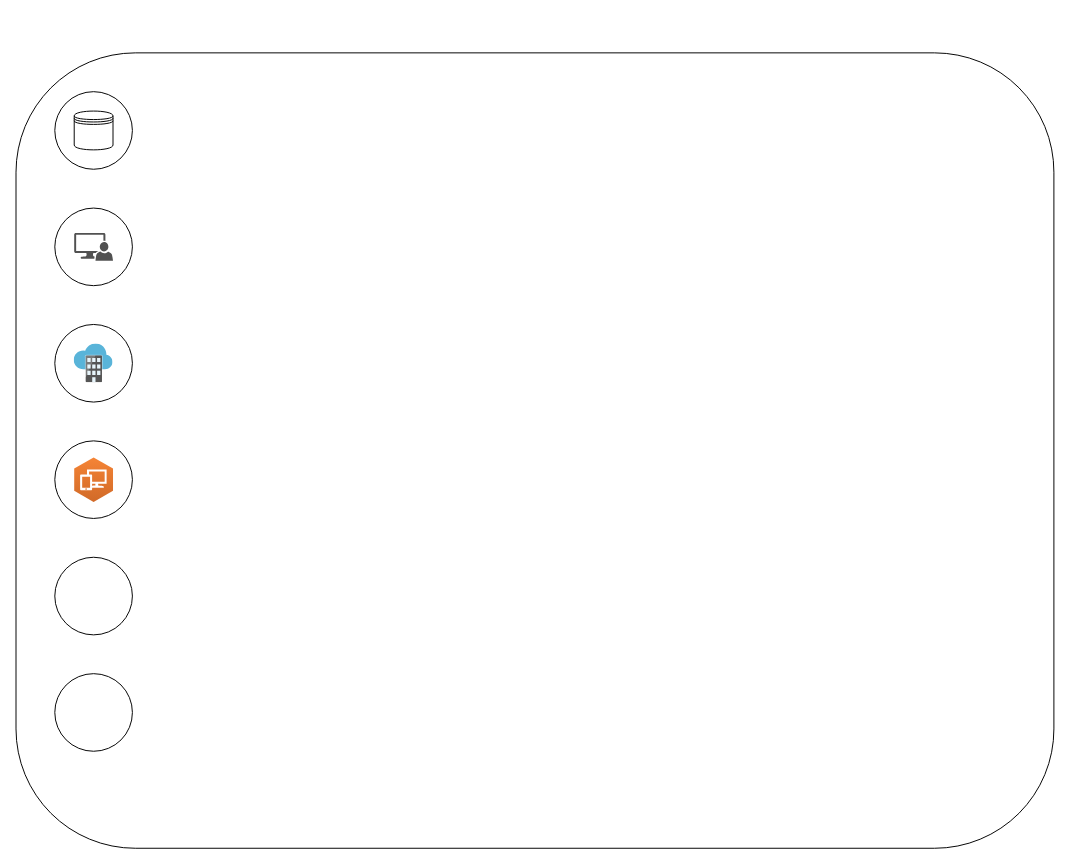
Above: Testing.drawio in girishgodage/Draw_IO_Diagrams (draw.io), before the change. Source tidied: cells renumbered, new cells numbered last; positions are measured from the earlier drawing's top-left corner, leaving out a move shared by most shapes. Both pictures are drawn from the tidied source at 97%, with x=0, y=0 at pixel (16, 52).
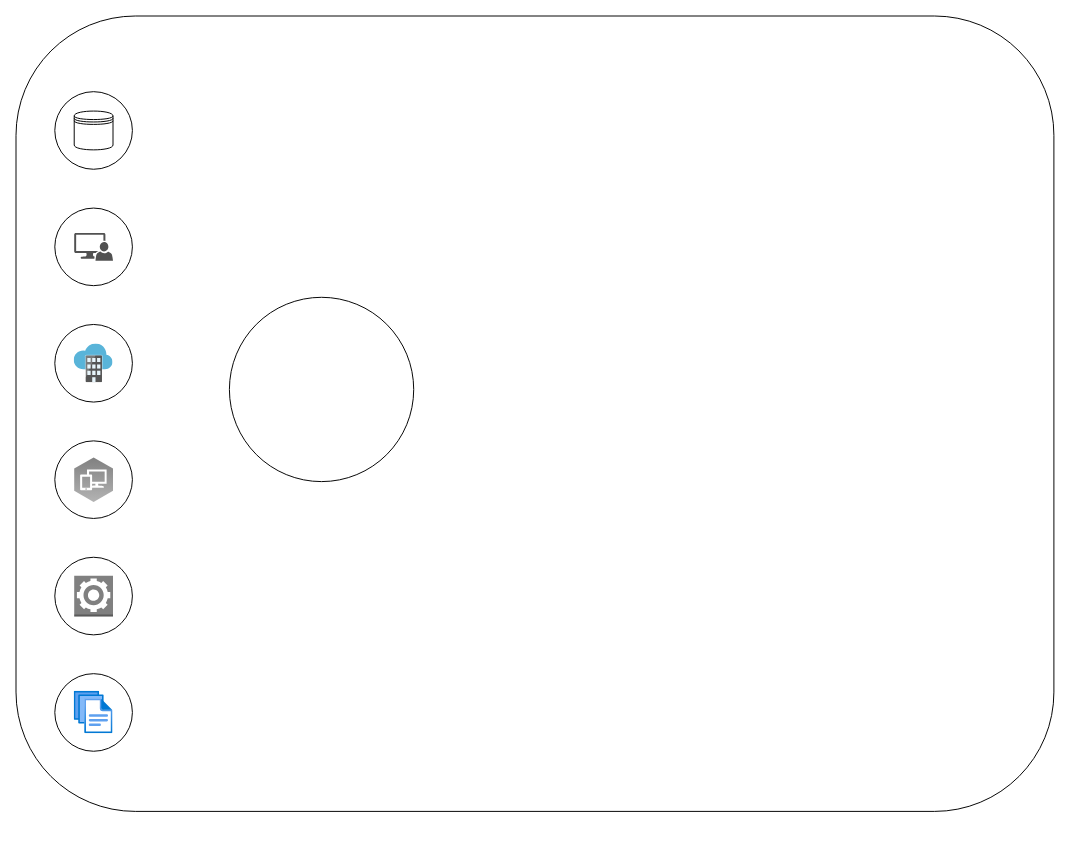
The same page after the edit.

What changed in the source:
```diff
@@
 <mxGraphModel>
   <root>
     <mxCell id="0" />
     <mxCell id="1" parent="0" />
     <mxCell id="2" style="rounded=1;whiteSpace=wrap;html=1;" parent="1" vertex="1">
-      <mxGeometry width="1070" height="820" as="geometry" />
+      <mxGeometry y="-38" width="1070" height="820" as="geometry" />
     </mxCell>
     <mxCell id="3" style="ellipse;whiteSpace=wrap;html=1;" parent="1" vertex="1">
       <mxGeometry x="40" y="40" width="80" height="80" as="geometry" />
     </mxCell>
     <mxCell id="4" style="ellipse;whiteSpace=wrap;html=1;" parent="1" vertex="1">
       <mxGeometry x="40" y="160" width="80" height="80" as="geometry" />
     </mxCell>
     <mxCell id="5" style="ellipse;whiteSpace=wrap;html=1;" parent="1" vertex="1">
       <mxGeometry x="40" y="280" width="80" height="80" as="geometry" />
     </mxCell>
     <mxCell id="6" style="ellipse;whiteSpace=wrap;html=1;" parent="1" vertex="1">
       <mxGeometry x="40" y="400" width="80" height="80" as="geometry" />
     </mxCell>
     <mxCell id="7" style="ellipse;whiteSpace=wrap;html=1;" parent="1" vertex="1">
       <mxGeometry x="40" y="520" width="80" height="80" as="geometry" />
     </mxCell>
     <mxCell id="8" style="ellipse;whiteSpace=wrap;html=1;" parent="1" vertex="1">
       <mxGeometry x="40" y="640" width="80" height="80" as="geometry" />
     </mxCell>
     <mxCell id="9" style="shape=datastore;whiteSpace=wrap;html=1;" parent="1" vertex="1">
       <mxGeometry x="60" y="60" width="40" height="40" as="geometry" />
     </mxCell>
     <mxCell id="10" style="sketch=0;shadow=0;dashed=0;html=1;strokeColor=none;labelPosition=center;verticalLabelPosition=bottom;verticalAlign=top;align=center;fillColor=#515151;shape=mxgraph.mscae.system_center.admin_console;" parent="1" vertex="1">
       <mxGeometry x="60" y="185.6" width="40" height="28.8" as="geometry" />
     </mxCell>
     <mxCell id="11" style="image;sketch=0;html=1;align=center;fontSize=12;image=img/lib/mscae/Software_as_a_Service.svg;" parent="1" vertex="1">
       <mxGeometry x="60" y="300" width="40" height="40" as="geometry" />
     </mxCell>
-    <mxCell id="12" style="dashed=0;verticalLabelPosition=bottom;verticalAlign=top;align=center;html=1;shape=mxgraph.aws3.workspaces;fillColor=#D16A28;gradientColor=#F58435;gradientDirection=north;" parent="1" vertex="1">
+    <mxCell id="12" style="dashed=0;verticalLabelPosition=bottom;verticalAlign=top;align=center;html=1;shape=mxgraph.aws3.workspaces;fillColor=#B3B3B3;gradientColor=#808080;gradientDirection=north;" parent="1" vertex="1">
       <mxGeometry x="60" y="417.1" width="40" height="45.8" as="geometry" />
     </mxCell>
+    <mxCell id="13" style="dashed=0;verticalLabelPosition=bottom;verticalAlign=top;align=center;html=1;shape=mxgraph.aws3.worker;fillColor=#808080;gradientColor=none;strokeColor=default;fontFamily=Helvetica;fontSize=12;fontColor=default;" parent="1" vertex="1">
+      <mxGeometry x="60" y="539" width="40" height="42" as="geometry" />
+    </mxCell>
+    <mxCell id="14" style="image;html=1;align=center;fontSize=12;image=img/lib/azure2/general/Files.svg;dashed=0;strokeColor=default;verticalAlign=top;fontFamily=Helvetica;fontColor=default;fillColor=#D16A28;gradientColor=#F58435;gradientDirection=north;" parent="1" vertex="1">
+      <mxGeometry x="60" y="658.1" width="40" height="43.8" as="geometry" />
+    </mxCell>
+    <mxCell id="15" style="ellipse;whiteSpace=wrap;html=1;" parent="1" vertex="1">
+      <mxGeometry x="220" y="252" width="190" height="190" as="geometry" />
+    </mxCell>
   </root>
 </mxGraphModel>
```
